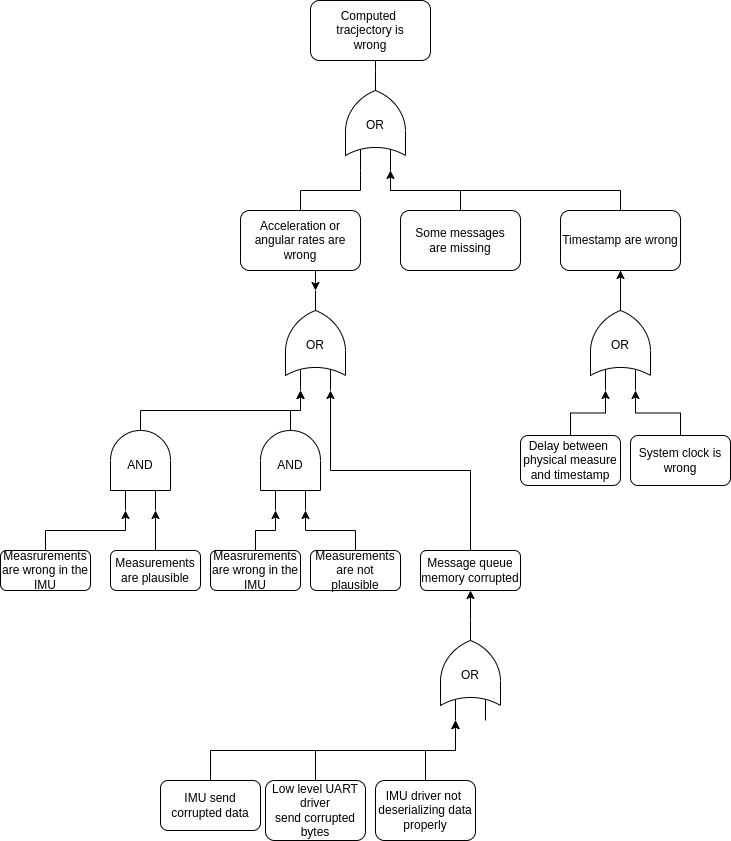
Earlier version of the draw.io export documentation/requirements_engineering/diagrams/main_fault_tree.drawio.png (renn0xtek9/assignment). Source tidied: cells renumbered, new cells last; positions are measured from the earlier drawing's top-left corner, leaving out a move shared by most shapes.
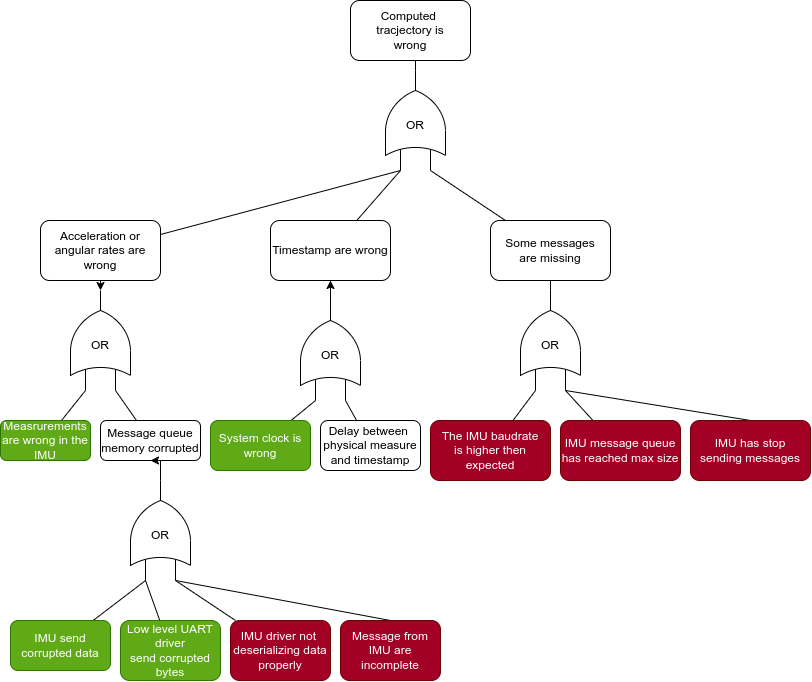
After the commit.

Commit message:
Extend fault tree documentation

The edit, as a diff of the source:
```diff
@@ -2,15 +2,6 @@
   <root>
     <mxCell id="0" />
     <mxCell id="1" parent="0" />
-    <mxCell id="2" style="group;" parent="1" vertex="1">
-      <mxGeometry x="110" y="410" width="60" height="100" as="geometry" />
-    </mxCell>
-    <mxCell id="3" style="verticalLabelPosition=bottom;shadow=0;dashed=0;align=center;html=1;verticalAlign=top;shape=mxgraph.electrical.logic_gates.logic_gate;operation=and;direction=north;" parent="2" vertex="1">
-      <mxGeometry width="60" height="100" as="geometry" />
-    </mxCell>
-    <mxCell id="4" value="AND" style="text;html=1;align=center;verticalAlign=middle;whiteSpace=wrap;rounded=0;" parent="2" vertex="1">
-      <mxGeometry y="40" width="60" height="30" as="geometry" />
-    </mxCell>
     <mxCell id="5" style="group;" parent="1" vertex="1">
       <mxGeometry x="345" y="70" width="60" height="100" as="geometry" />
     </mxCell>
@@ -26,23 +17,20 @@
     <mxCell id="9" style="edgeStyle=orthogonalEdgeStyle;rounded=0;jettySize=auto;html=1;exitX=0.5;exitY=1;exitDx=0;exitDy=0;entryX=1;entryY=0.5;entryDx=0;entryDy=0;entryPerimeter=0;endArrow=none;endFill=0;" parent="1" edge="1" source="8" target="6">
       <mxGeometry relative="1" as="geometry" />
     </mxCell>
+    <mxCell id="12" style="edgeStyle=none;html=1;entryX=0;entryY=0.25;entryDx=0;entryDy=0;entryPerimeter=0;endArrow=none;endFill=0;" parent="1" edge="1" source="10" target="6">
+      <mxGeometry relative="1" as="geometry" />
+    </mxCell>
     <mxCell id="10" value="Acceleration or angular rates are wrong" style="rounded=1;whiteSpace=wrap;html=1;" parent="1" vertex="1">
-      <mxGeometry x="240" y="210" width="120" height="60" as="geometry" />
+      <mxGeometry y="220" width="120" height="60" as="geometry" />
     </mxCell>
+    <mxCell id="13" style="edgeStyle=none;html=1;entryX=0;entryY=0.25;entryDx=0;entryDy=0;entryPerimeter=0;endArrow=none;endFill=0;" parent="1" edge="1" source="11" target="6">
+      <mxGeometry relative="1" as="geometry" />
+    </mxCell>
     <mxCell id="11" value="Timestamp are wrong" style="rounded=1;whiteSpace=wrap;html=1;" parent="1" vertex="1">
-      <mxGeometry x="560" y="210" width="120" height="60" as="geometry" />
+      <mxGeometry x="230" y="220" width="120" height="60" as="geometry" />
     </mxCell>
-    <mxCell id="12" style="edgeStyle=orthogonalEdgeStyle;rounded=0;jettySize=auto;html=1;entryX=0;entryY=0.25;entryDx=0;entryDy=0;entryPerimeter=0;exitX=0.5;exitY=0;exitDx=0;exitDy=0;endArrow=none;endFill=0;" parent="1" edge="1" source="10" target="6">
-      <mxGeometry relative="1" as="geometry" />
-    </mxCell>
-    <mxCell id="13" style="edgeStyle=orthogonalEdgeStyle;rounded=0;jettySize=auto;html=1;entryX=0;entryY=0.75;entryDx=0;entryDy=0;entryPerimeter=0;endArrow=none;endFill=0;exitX=0.5;exitY=0;exitDx=0;exitDy=0;" parent="1" edge="1" source="11" target="6">
-      <mxGeometry relative="1" as="geometry" />
-    </mxCell>
-    <mxCell id="14" value="Measrurements&lt;br&gt;are wrong in the IMU" style="rounded=1;whiteSpace=wrap;html=1;" parent="1" vertex="1">
-      <mxGeometry y="550" width="90" height="40" as="geometry" />
-    </mxCell>
     <mxCell id="15" style="group;" parent="1" vertex="1">
-      <mxGeometry x="285" y="290" width="60" height="100" as="geometry" />
+      <mxGeometry x="30" y="290" width="60" height="100" as="geometry" />
     </mxCell>
     <mxCell id="16" style="verticalLabelPosition=bottom;shadow=0;dashed=0;align=center;html=1;verticalAlign=top;shape=mxgraph.electrical.logic_gates.logic_gate;operation=or;direction=north;" parent="15" vertex="1">
       <mxGeometry width="60" height="100" as="geometry" />
@@ -53,59 +41,20 @@
     <mxCell id="18" style="edgeStyle=orthogonalEdgeStyle;rounded=0;jettySize=auto;html=1;exitX=0.5;exitY=1;exitDx=0;exitDy=0;entryX=1;entryY=0.5;entryDx=0;entryDy=0;entryPerimeter=0;" parent="1" edge="1" source="10" target="16">
       <mxGeometry relative="1" as="geometry" />
     </mxCell>
-    <mxCell id="19" style="group;" parent="1" vertex="1">
-      <mxGeometry x="260" y="410" width="60" height="100" as="geometry" />
-    </mxCell>
-    <mxCell id="20" style="verticalLabelPosition=bottom;shadow=0;dashed=0;align=center;html=1;verticalAlign=top;shape=mxgraph.electrical.logic_gates.logic_gate;operation=and;direction=north;" parent="19" vertex="1">
-      <mxGeometry width="60" height="100" as="geometry" />
-    </mxCell>
-    <mxCell id="21" value="AND" style="text;html=1;align=center;verticalAlign=middle;whiteSpace=wrap;rounded=0;" parent="19" vertex="1">
-      <mxGeometry y="40" width="60" height="30" as="geometry" />
-    </mxCell>
+    <mxCell id="53" style="edgeStyle=none;html=1;entryX=0;entryY=0.25;entryDx=0;entryDy=0;entryPerimeter=0;endArrow=none;endFill=0;" parent="1" edge="1" source="22" target="16">
+      <mxGeometry relative="1" as="geometry" />
+    </mxCell>
-    <mxCell id="22" value="Measrurements&lt;br&gt;are wrong in the IMU" style="rounded=1;whiteSpace=wrap;html=1;" parent="1" vertex="1">
-      <mxGeometry x="210" y="550" width="90" height="40" as="geometry" />
+    <mxCell id="22" value="Measrurements&lt;br&gt;are wrong in the IMU" style="rounded=1;whiteSpace=wrap;html=1;fillColor=#60a917;fontColor=#ffffff;strokeColor=#2D7600;" parent="1" vertex="1">
+      <mxGeometry x="-40" y="420" width="90" height="40" as="geometry" />
     </mxCell>
-    <mxCell id="23" style="edgeStyle=orthogonalEdgeStyle;rounded=0;jettySize=auto;html=1;entryX=0;entryY=0.25;entryDx=0;entryDy=0;entryPerimeter=0;" parent="1" edge="1" source="22" target="20">
-      <mxGeometry relative="1" as="geometry" />
-    </mxCell>
-    <mxCell id="24" style="edgeStyle=orthogonalEdgeStyle;rounded=0;jettySize=auto;html=1;entryX=0;entryY=0.25;entryDx=0;entryDy=0;entryPerimeter=0;exitX=0.5;exitY=0;exitDx=0;exitDy=0;" parent="1" edge="1" source="14" target="3">
-      <mxGeometry relative="1" as="geometry" />
-    </mxCell>
-    <mxCell id="25" value="Measurements&lt;br&gt;are plausible" style="rounded=1;whiteSpace=wrap;html=1;" parent="1" vertex="1">
-      <mxGeometry x="110" y="550" width="90" height="40" as="geometry" />
-    </mxCell>
-    <mxCell id="26" style="edgeStyle=orthogonalEdgeStyle;rounded=0;jettySize=auto;html=1;entryX=0;entryY=0.75;entryDx=0;entryDy=0;entryPerimeter=0;" parent="1" edge="1" source="25" target="3">
-      <mxGeometry relative="1" as="geometry" />
-    </mxCell>
-    <mxCell id="27" value="Measurements&lt;br&gt;are not plausible" style="rounded=1;whiteSpace=wrap;html=1;" parent="1" vertex="1">
-      <mxGeometry x="310" y="550" width="90" height="40" as="geometry" />
-    </mxCell>
-    <mxCell id="28" style="edgeStyle=orthogonalEdgeStyle;rounded=0;jettySize=auto;html=1;entryX=0;entryY=0.75;entryDx=0;entryDy=0;entryPerimeter=0;exitX=0.5;exitY=0;exitDx=0;exitDy=0;" parent="1" edge="1" source="27" target="20">
-      <mxGeometry relative="1" as="geometry" />
-    </mxCell>
-    <mxCell id="29" style="edgeStyle=orthogonalEdgeStyle;rounded=0;jettySize=auto;html=1;entryX=0;entryY=0.25;entryDx=0;entryDy=0;entryPerimeter=0;" parent="1" edge="1" source="20" target="16">
-      <mxGeometry relative="1" as="geometry">
-        <Array as="points">
-          <mxPoint x="300" y="400" />
-          <mxPoint x="300" y="400" />
-        </Array>
-      </mxGeometry>
-    </mxCell>
-    <mxCell id="30" style="edgeStyle=orthogonalEdgeStyle;rounded=0;jettySize=auto;html=1;entryX=0;entryY=0.25;entryDx=0;entryDy=0;entryPerimeter=0;exitX=1;exitY=0.5;exitDx=0;exitDy=0;exitPerimeter=0;" parent="1" edge="1" source="3" target="16">
-      <mxGeometry relative="1" as="geometry">
-        <Array as="points">
-          <mxPoint x="300" y="410" />
-        </Array>
-      </mxGeometry>
-    </mxCell>
+    <mxCell id="32" style="edgeStyle=none;html=1;entryX=0;entryY=0.75;entryDx=0;entryDy=0;entryPerimeter=0;endArrow=none;endFill=0;" parent="1" edge="1" source="31" target="16">
+      <mxGeometry relative="1" as="geometry" />
+    </mxCell>
     <mxCell id="31" value="Message queue&lt;br&gt;memory corrupted" style="rounded=1;whiteSpace=wrap;html=1;" parent="1" vertex="1">
-      <mxGeometry x="420" y="550" width="100" height="40" as="geometry" />
+      <mxGeometry x="60" y="420" width="100" height="40" as="geometry" />
     </mxCell>
-    <mxCell id="32" style="edgeStyle=orthogonalEdgeStyle;rounded=0;jettySize=auto;html=1;entryX=0;entryY=0.75;entryDx=0;entryDy=0;entryPerimeter=0;exitX=0.5;exitY=0;exitDx=0;exitDy=0;" parent="1" edge="1" source="31" target="16">
-      <mxGeometry relative="1" as="geometry" />
-    </mxCell>
     <mxCell id="33" style="group;" parent="1" vertex="1">
-      <mxGeometry x="440" y="620" width="60" height="100" as="geometry" />
+      <mxGeometry x="90" y="480" width="60" height="100" as="geometry" />
     </mxCell>
     <mxCell id="34" style="verticalLabelPosition=bottom;shadow=0;dashed=0;align=center;html=1;verticalAlign=top;shape=mxgraph.electrical.logic_gates.logic_gate;operation=or;direction=north;" parent="33" vertex="1">
       <mxGeometry width="60" height="100" as="geometry" />
@@ -116,26 +65,26 @@
     <mxCell id="36" style="edgeStyle=orthogonalEdgeStyle;rounded=0;jettySize=auto;html=1;entryX=0.5;entryY=1;entryDx=0;entryDy=0;" parent="1" edge="1" source="34" target="31">
       <mxGeometry relative="1" as="geometry" />
     </mxCell>
+    <mxCell id="40" style="edgeStyle=none;html=1;entryX=0;entryY=0.25;entryDx=0;entryDy=0;entryPerimeter=0;endArrow=none;endFill=0;" parent="1" edge="1" source="37" target="34">
+      <mxGeometry relative="1" as="geometry" />
+    </mxCell>
-    <mxCell id="37" value="IMU send corrupted data" style="rounded=1;whiteSpace=wrap;html=1;" parent="1" vertex="1">
-      <mxGeometry x="160" y="780" width="100" height="50" as="geometry" />
+    <mxCell id="37" value="IMU send corrupted data" style="rounded=1;whiteSpace=wrap;html=1;fillColor=#60a917;fontColor=#ffffff;strokeColor=#2D7600;" parent="1" vertex="1">
+      <mxGeometry x="-30" y="620" width="100" height="50" as="geometry" />
     </mxCell>
+    <mxCell id="41" style="edgeStyle=none;html=1;entryX=0;entryY=0.25;entryDx=0;entryDy=0;entryPerimeter=0;endArrow=none;endFill=0;" parent="1" edge="1" source="38" target="34">
+      <mxGeometry relative="1" as="geometry" />
+    </mxCell>
-    <mxCell id="38" value="Low level UART driver&lt;br&gt;send corrupted&lt;div&gt;bytes&lt;/div&gt;" style="rounded=1;whiteSpace=wrap;html=1;" parent="1" vertex="1">
-      <mxGeometry x="265" y="780" width="100" height="60" as="geometry" />
+    <mxCell id="38" value="Low level UART driver&lt;br&gt;send corrupted&lt;div&gt;bytes&lt;/div&gt;" style="rounded=1;whiteSpace=wrap;html=1;fillColor=#60a917;fontColor=#ffffff;strokeColor=#2D7600;" parent="1" vertex="1">
+      <mxGeometry x="80" y="620" width="100" height="60" as="geometry" />
     </mxCell>
+    <mxCell id="42" style="edgeStyle=none;html=1;entryX=0;entryY=0.75;entryDx=0;entryDy=0;entryPerimeter=0;endArrow=none;endFill=0;" parent="1" edge="1" source="39" target="34">
+      <mxGeometry relative="1" as="geometry" />
+    </mxCell>
-    <mxCell id="39" value="IMU driver not&amp;nbsp;&lt;br&gt;deserializing data&lt;br&gt;properly" style="rounded=1;whiteSpace=wrap;html=1;" parent="1" vertex="1">
-      <mxGeometry x="375" y="780" width="100" height="60" as="geometry" />
+    <mxCell id="39" value="IMU driver not&amp;nbsp;&lt;br&gt;deserializing data&lt;br&gt;properly" style="rounded=1;whiteSpace=wrap;html=1;fillColor=#a20025;fontColor=#ffffff;strokeColor=#6F0000;" parent="1" vertex="1">
+      <mxGeometry x="190" y="620" width="100" height="60" as="geometry" />
     </mxCell>
-    <mxCell id="40" style="edgeStyle=orthogonalEdgeStyle;rounded=0;jettySize=auto;html=1;entryX=0;entryY=0.25;entryDx=0;entryDy=0;entryPerimeter=0;exitX=0.5;exitY=0;exitDx=0;exitDy=0;" parent="1" edge="1" source="37" target="34">
-      <mxGeometry relative="1" as="geometry" />
-    </mxCell>
-    <mxCell id="41" style="edgeStyle=orthogonalEdgeStyle;rounded=0;jettySize=auto;html=1;entryX=0;entryY=0.25;entryDx=0;entryDy=0;entryPerimeter=0;exitX=0.5;exitY=0;exitDx=0;exitDy=0;" parent="1" edge="1" source="38" target="34">
-      <mxGeometry relative="1" as="geometry" />
-    </mxCell>
-    <mxCell id="42" style="edgeStyle=orthogonalEdgeStyle;rounded=0;jettySize=auto;html=1;entryX=0;entryY=0.25;entryDx=0;entryDy=0;entryPerimeter=0;" parent="1" edge="1" source="39" target="34">
-      <mxGeometry relative="1" as="geometry" />
-    </mxCell>
     <mxCell id="43" style="group;" parent="1" vertex="1">
-      <mxGeometry x="590" y="290" width="60" height="100" as="geometry" />
+      <mxGeometry x="260" y="300" width="60" height="100" as="geometry" />
     </mxCell>
     <mxCell id="44" style="verticalLabelPosition=bottom;shadow=0;dashed=0;align=center;html=1;verticalAlign=top;shape=mxgraph.electrical.logic_gates.logic_gate;operation=or;direction=north;" parent="43" vertex="1">
       <mxGeometry width="60" height="100" as="geometry" />
@@ -146,23 +95,59 @@
     <mxCell id="46" style="edgeStyle=orthogonalEdgeStyle;rounded=0;jettySize=auto;html=1;entryX=0.5;entryY=1;entryDx=0;entryDy=0;" parent="1" edge="1" source="44" target="11">
       <mxGeometry relative="1" as="geometry" />
     </mxCell>
+    <mxCell id="48" style="edgeStyle=none;html=1;entryX=0;entryY=0.25;entryDx=0;entryDy=0;entryPerimeter=0;endArrow=none;endFill=0;" parent="1" edge="1" source="47" target="44">
+      <mxGeometry relative="1" as="geometry" />
+    </mxCell>
-    <mxCell id="47" value="System clock is wrong" style="rounded=1;whiteSpace=wrap;html=1;" parent="1" vertex="1">
-      <mxGeometry x="630" y="435" width="100" height="50" as="geometry" />
+    <mxCell id="47" value="System clock is wrong" style="rounded=1;whiteSpace=wrap;html=1;fillColor=#60a917;fontColor=#ffffff;strokeColor=#2D7600;" parent="1" vertex="1">
+      <mxGeometry x="170" y="420" width="100" height="50" as="geometry" />
     </mxCell>
-    <mxCell id="48" style="edgeStyle=orthogonalEdgeStyle;rounded=0;jettySize=auto;html=1;entryX=0;entryY=0.75;entryDx=0;entryDy=0;entryPerimeter=0;exitX=0.5;exitY=0;exitDx=0;exitDy=0;" parent="1" edge="1" source="47" target="44">
-      <mxGeometry relative="1" as="geometry" />
-    </mxCell>
+    <mxCell id="50" style="edgeStyle=none;html=1;entryX=0;entryY=0.75;entryDx=0;entryDy=0;entryPerimeter=0;endArrow=none;endFill=0;" parent="1" edge="1" source="49" target="44">
+      <mxGeometry relative="1" as="geometry" />
+    </mxCell>
     <mxCell id="49" value="Delay between&amp;nbsp;&lt;br&gt;physical measure&lt;br&gt;and timestamp" style="rounded=1;whiteSpace=wrap;html=1;" parent="1" vertex="1">
-      <mxGeometry x="520" y="435" width="100" height="50" as="geometry" />
+      <mxGeometry x="280" y="420" width="100" height="50" as="geometry" />
     </mxCell>
-    <mxCell id="50" style="edgeStyle=orthogonalEdgeStyle;rounded=0;jettySize=auto;html=1;entryX=0;entryY=0.25;entryDx=0;entryDy=0;entryPerimeter=0;" parent="1" edge="1" source="49" target="44">
-      <mxGeometry relative="1" as="geometry" />
-    </mxCell>
+    <mxCell id="52" style="edgeStyle=none;html=1;entryX=0;entryY=0.75;entryDx=0;entryDy=0;entryPerimeter=0;endArrow=none;endFill=0;" parent="1" edge="1" source="51" target="6">
+      <mxGeometry relative="1" as="geometry" />
+    </mxCell>
     <mxCell id="51" value="Some messages&lt;br&gt;are missing" style="rounded=1;whiteSpace=wrap;html=1;" parent="1" vertex="1">
-      <mxGeometry x="400" y="210" width="120" height="60" as="geometry" />
+      <mxGeometry x="450" y="220" width="120" height="60" as="geometry" />
     </mxCell>
-    <mxCell id="52" style="edgeStyle=orthogonalEdgeStyle;rounded=0;jettySize=auto;html=1;entryX=0;entryY=0.75;entryDx=0;entryDy=0;entryPerimeter=0;" parent="1" edge="1" source="51" target="6">
-      <mxGeometry relative="1" as="geometry" />
-    </mxCell>
+    <mxCell id="54" style="group;" parent="1" vertex="1">
+      <mxGeometry x="480" y="290" width="60" height="100" as="geometry" />
+    </mxCell>
+    <mxCell id="55" style="verticalLabelPosition=bottom;shadow=0;dashed=0;align=center;html=1;verticalAlign=top;shape=mxgraph.electrical.logic_gates.logic_gate;operation=or;direction=north;" parent="54" vertex="1">
+      <mxGeometry width="60" height="100" as="geometry" />
+    </mxCell>
+    <mxCell id="56" value="OR" style="text;html=1;align=center;verticalAlign=middle;whiteSpace=wrap;rounded=0;" parent="54" vertex="1">
+      <mxGeometry y="40" width="60" height="30" as="geometry" />
+    </mxCell>
+    <mxCell id="57" style="edgeStyle=none;html=1;entryX=0.5;entryY=1;entryDx=0;entryDy=0;endArrow=none;endFill=0;exitX=1;exitY=0.5;exitDx=0;exitDy=0;exitPerimeter=0;" parent="1" edge="1" source="55" target="51">
+      <mxGeometry relative="1" as="geometry" />
+    </mxCell>
+    <mxCell id="58" style="edgeStyle=none;html=1;entryX=0;entryY=0.25;entryDx=0;entryDy=0;entryPerimeter=0;endArrow=none;endFill=0;" parent="1" edge="1" source="59" target="55">
+      <mxGeometry relative="1" as="geometry" />
+    </mxCell>
+    <mxCell id="59" value="The IMU baudrate&lt;br&gt;is higher then expected" style="rounded=1;whiteSpace=wrap;html=1;fillColor=#a20025;fontColor=#ffffff;strokeColor=#6F0000;" parent="1" vertex="1">
+      <mxGeometry x="390" y="420" width="120" height="60" as="geometry" />
+    </mxCell>
+    <mxCell id="60" style="edgeStyle=none;html=1;entryX=0;entryY=0.75;entryDx=0;entryDy=0;entryPerimeter=0;endArrow=none;endFill=0;" parent="1" edge="1" source="61" target="55">
+      <mxGeometry relative="1" as="geometry" />
+    </mxCell>
+    <mxCell id="61" value="IMU message queue has reached max size" style="rounded=1;whiteSpace=wrap;html=1;fillColor=#a20025;fontColor=#ffffff;strokeColor=#6F0000;" parent="1" vertex="1">
+      <mxGeometry x="520" y="420" width="120" height="60" as="geometry" />
+    </mxCell>
+    <mxCell id="62" style="edgeStyle=none;html=1;entryX=0;entryY=0.75;entryDx=0;entryDy=0;entryPerimeter=0;endArrow=none;endFill=0;exitX=0.5;exitY=0;exitDx=0;exitDy=0;" parent="1" edge="1" source="63" target="34">
+      <mxGeometry relative="1" as="geometry" />
+    </mxCell>
+    <mxCell id="63" value="Message from IMU are incomplete" style="rounded=1;whiteSpace=wrap;html=1;fillColor=#a20025;fontColor=#ffffff;strokeColor=#6F0000;" parent="1" vertex="1">
+      <mxGeometry x="300" y="620" width="100" height="60" as="geometry" />
+    </mxCell>
+    <mxCell id="64" style="edgeStyle=none;html=1;entryX=0;entryY=0.75;entryDx=0;entryDy=0;entryPerimeter=0;endArrow=none;endFill=0;exitX=0.5;exitY=0;exitDx=0;exitDy=0;" parent="1" edge="1" source="65" target="55">
+      <mxGeometry relative="1" as="geometry" />
+    </mxCell>
+    <mxCell id="65" value="IMU has stop&lt;br&gt;sending messages" style="rounded=1;whiteSpace=wrap;html=1;fillColor=#a20025;fontColor=#ffffff;strokeColor=#6F0000;" parent="1" vertex="1">
+      <mxGeometry x="650" y="420" width="120" height="60" as="geometry" />
+    </mxCell>
   </root>
 </mxGraphModel>
```
